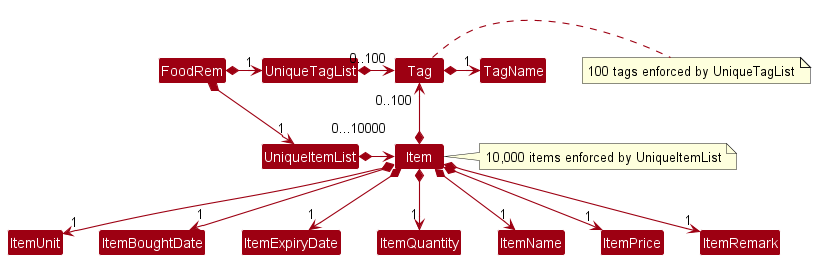
c-wenlong/tp keeps this PlantUML diagram as docs/images/BetterModelClassDiagram.png. Above is the earlier version. The source it was exported from:
```plantuml
@startuml
!include style.puml
skinparam arrowThickness 1.1
skinparam arrowColor MODEL_COLOR
skinparam classBackgroundColor MODEL_COLOR

FoodRem *-right-> "1" UniqueItemList
FoodRem *-right-> "1" UniqueTagList
UniqueTagList -[hidden]down- UniqueItemList
UniqueTagList -[hidden]down- UniqueItemList

UniqueTagList *-right-> "0..100" Tag
UniqueItemList *-> "0...10000" Item
note right : 10,000 items enforced by UniqueItemList

Item *-up-> "0..100" Tag
note right : 100 tags enforced by UniqueTagList

Item *--> "1" ItemUnit
Item *--> "1" ItemBoughtDate
Item *--> "1" ItemExpiryDate
Item *--> "1" ItemQuantity
Item *--> "1" ItemName
Item *--> "1" ItemPrice
Item *--> "1" ItemRemark
Tag *-right--> "1" TagName

@enduml
```
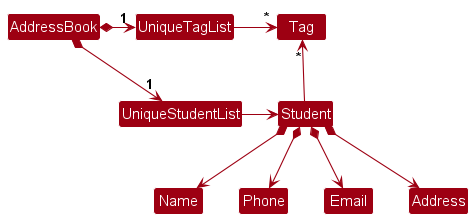
After the commit.

Change to the diagram source:
```diff
@@ -4,25 +4,18 @@
 skinparam arrowColor MODEL_COLOR
 skinparam classBackgroundColor MODEL_COLOR
 
-FoodRem *-right-> "1" UniqueItemList
-FoodRem *-right-> "1" UniqueTagList
-UniqueTagList -[hidden]down- UniqueItemList
-UniqueTagList -[hidden]down- UniqueItemList
+AddressBook *-right-> "1" UniqueStudentList
+AddressBook *-right-> "1" UniqueTagList
+UniqueTagList -[hidden]down- UniqueStudentList
+UniqueTagList -[hidden]down- UniqueStudentList
 
-UniqueTagList *-right-> "0..100" Tag
-UniqueItemList *-> "0...10000" Item
-note right : 10,000 items enforced by UniqueItemList
+UniqueTagList -right-> "*" Tag
+UniqueStudentList -right-> Student
 
-Item *-up-> "0..100" Tag
-note right : 100 tags enforced by UniqueTagList
+Student -up-> "*" Tag
 
-Item *--> "1" ItemUnit
-Item *--> "1" ItemBoughtDate
-Item *--> "1" ItemExpiryDate
-Item *--> "1" ItemQuantity
-Item *--> "1" ItemName
-Item *--> "1" ItemPrice
-Item *--> "1" ItemRemark
-Tag *-right--> "1" TagName
-
+Student *--> Name
+Student *--> Phone
+Student *--> Email
+Student *--> Address
 @enduml
```
